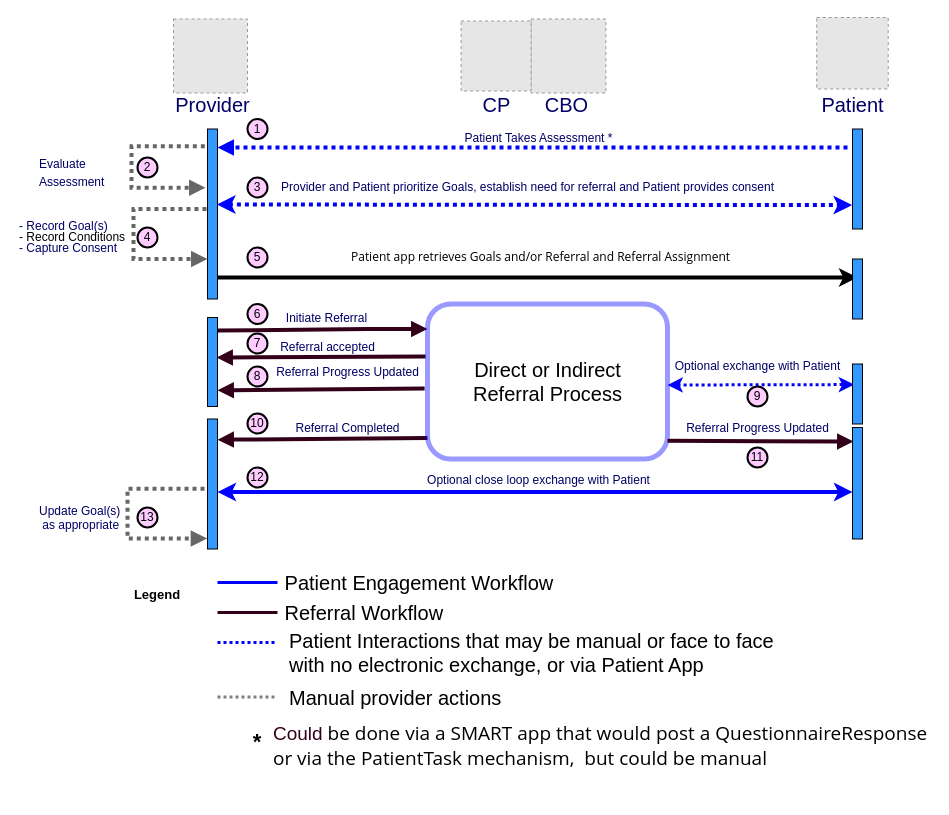
HL7/fhir-sdoh-clinicalcare keeps this draw.io diagram as Images Source/HighLevelReferralContext.drawio. Above is the earlier version. Source tidied: cells renumbered, new cells numbered last; positions are measured from the earlier drawing's top-left corner, leaving out a move shared by most shapes. Both pictures are drawn from the tidied source at 100%, with x=0, y=0 at pixel (17, 17). Pictures stored in the file or linked from it are replaced by grey dashed boxes.
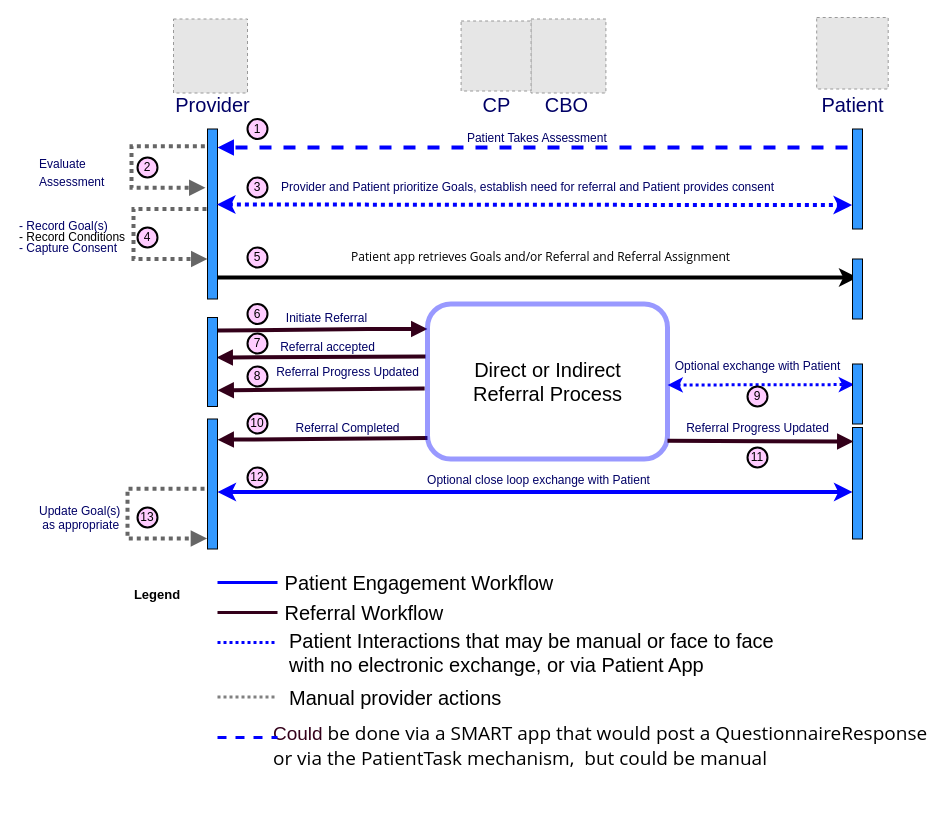
The same diagram, later.

The change refers to these unchanged cells:
```xml
<mxCell id="3" style="html=1;points=[];perimeter=orthogonalPerimeter;fillColor=#3399FF;fontColor=#000066;" parent="1" vertex="1">
  <mxGeometry x="190" y="111.5" width="10" height="170" as="geometry" />
</mxCell>
```

The edit, as a diff of the source:
```diff
@@
-    <mxCell id="4" value="&lt;span style=&quot;font-size: 12px&quot;&gt;Patient Takes Assessment *&lt;/span&gt;&lt;span style=&quot;font-size: 12px&quot;&gt;&lt;br style=&quot;font-size: 12px;&quot;&gt;&lt;/span&gt;" style="html=1;verticalAlign=bottom;endArrow=block;strokeColor=#0000FF;fontColor=#000066;entryX=1;entryY=0.109;entryDx=0;entryDy=0;entryPerimeter=0;fontSize=12;strokeWidth=4;dashed=1;dashPattern=1 1;" parent="1" edge="1" target="3">
+    <mxCell id="4" value="&lt;span style=&quot;font-size: 12px&quot;&gt;Patient Takes Assessment&amp;nbsp;&lt;/span&gt;&lt;span style=&quot;font-size: 12px&quot;&gt;&lt;br style=&quot;font-size: 12px;&quot;&gt;&lt;/span&gt;" style="html=1;verticalAlign=bottom;endArrow=block;strokeColor=#0000FF;fontColor=#000066;entryX=1;entryY=0.109;entryDx=0;entryDy=0;entryPerimeter=0;fontSize=12;strokeWidth=4;dashed=1;" parent="1" edge="1" target="3">
       <mxGeometry x="-0.02" relative="1" as="geometry">
         <mxPoint x="830" y="130" as="sourcePoint" />
       </mxGeometry>
     </mxCell>
@@
-    <mxCell id="46" value="&lt;b style=&quot;font-size: 22px;&quot;&gt;&lt;font style=&quot;font-size: 22px;&quot;&gt;*&lt;/font&gt;&lt;/b&gt;" style="text;html=1;strokeColor=none;fillColor=none;align=center;verticalAlign=middle;whiteSpace=wrap;rounded=0;fontColor=#000000;fontSize=22;" parent="1" vertex="1">
-      <mxGeometry x="210" y="720" width="60" height="10" as="geometry" />
-    </mxCell>
@@
+    <mxCell id="60" style="endArrow=none;html=1;rounded=0;fontSize=20;strokeColor=#0000FF;strokeWidth=3;jumpStyle=arc;dashed=1;" parent="1" edge="1">
+      <mxGeometry relative="1" as="geometry">
+        <mxPoint x="200" y="720" as="sourcePoint" />
+        <mxPoint x="260" y="720" as="targetPoint" />
+      </mxGeometry>
+    </mxCell>
```
